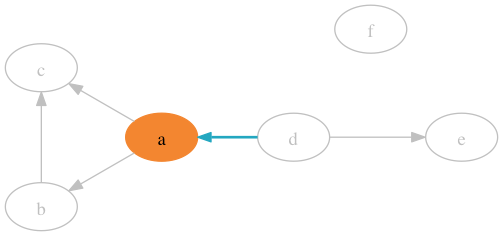
This is doc/eat.dot.png from sdboyer/gogl, a Graphviz export, as it was before one commit. Its source is kept beside it as doc/eat.dot. Its diagram source:
```dot
digraph G {
  node [color="grey",fontcolor="grey"]
  edge [color="grey"]
	a -> b;
  b -> c;
	a -> c;
	d -> a [style=bold,color="#23A7C0"];
	d -> e;
  a [fontcolor="black",style=filled,color="#F38630"];
  f;
}
```
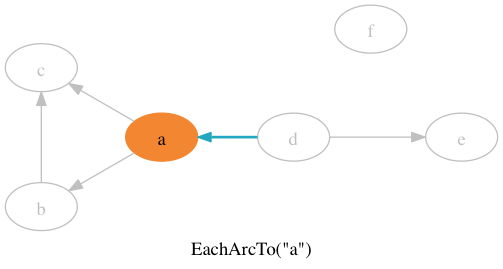
Later version of the same file.

The edit, as a diff of the source:
```diff
@@ -8,4 +8,5 @@
 	d -> e;
   a [fontcolor="black",style=filled,color="#F38630"];
   f;
+  label="EachArcTo(\"a\")"
 }
```
